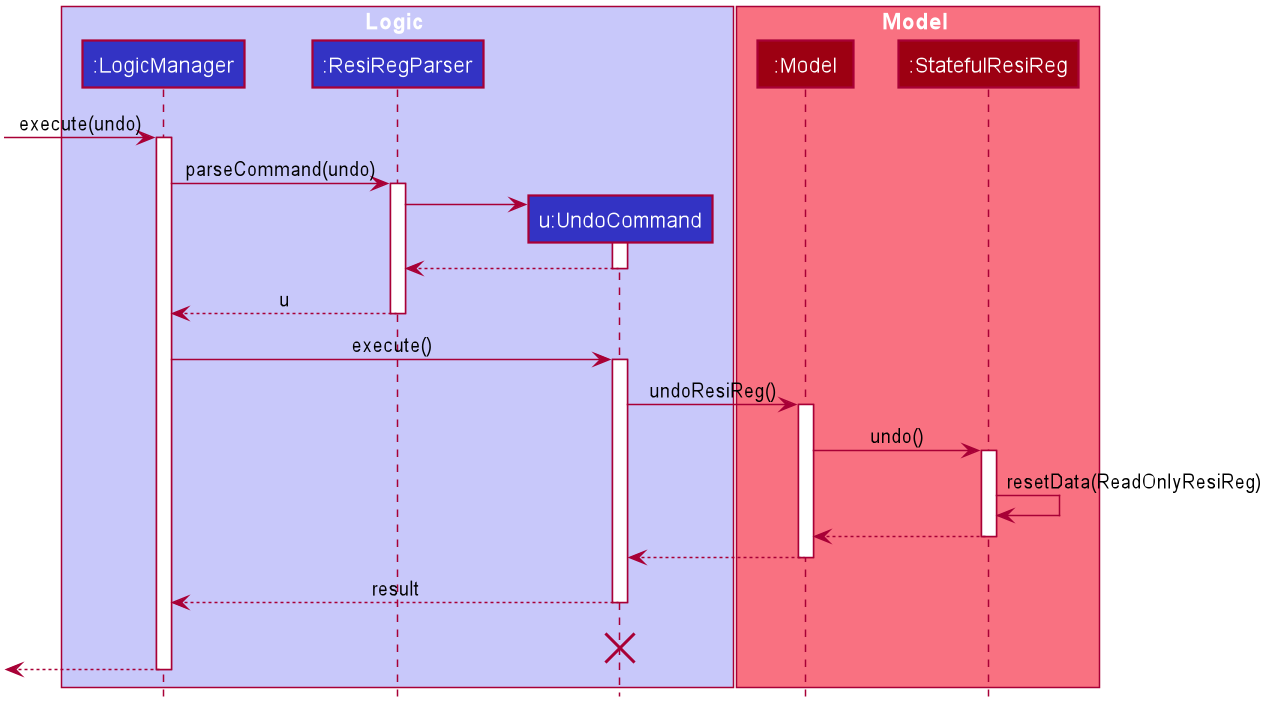
The PlantUML diagram docs/images/UndoSequenceDiagram.png in nus-cs2103-AY2021S1/tp, before a commit.
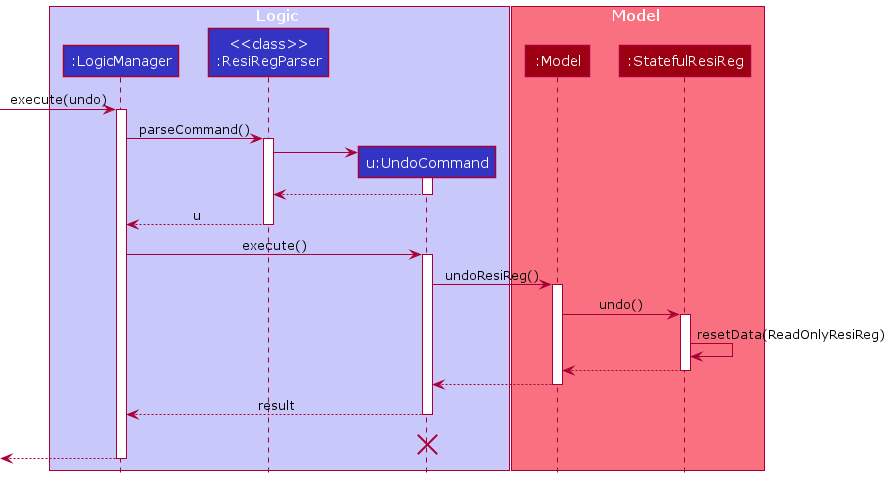
The same file after the commit.

Commit message:
Make ResiRegParser#parseCommand static in sequence diagrams

Diff of the diagram source:
```diff
@@ -1,67 +1,20 @@
 @startuml
+!include style.puml
 
-
-
-
-
-
-
-
-skinparam BackgroundColor #FFFFFFF
-
-skinparam Shadowing false
-
-skinparam Class {
-    FontColor #FFFFFF
-    BorderThickness 1
-    BorderColor #FFFFFF
-    StereotypeFontColor #FFFFFF
-    FontName Arial
-}
-
-skinparam Actor {
-    BorderColor #000000
-    Color #000000
-    FontName Arial
-}
-
-skinparam Sequence {
-    MessageAlign center
-    BoxFontSize 15
-    BoxPadding 0
-    BoxFontColor #FFFFFF
-    FontName Arial
-}
-
-skinparam Participant {
-    FontColor #FFFFFFF
-    Padding 20
-}
-
-skinparam MinClassWidth 50
-skinparam ParticipantPadding 10
-skinparam Shadowing false
-skinparam DefaultTextAlignment center
-skinparam packageStyle Rectangle
-
-hide footbox
-hide members
-hide circle
-
-box Logic #C8C8FA
-participant ":LogicManager" as LogicManager #3333C4
-participant ":ResiRegParser" as ResiRegParser #3333C4
-participant "u:UndoCommand" as UndoCommand #3333C4
+box Logic LOGIC_COLOR_T1
+participant ":LogicManager" as LogicManager LOGIC_COLOR
+participant "<<class>>\n:ResiRegParser" as ResiRegParser LOGIC_COLOR
+participant "u:UndoCommand" as UndoCommand LOGIC_COLOR
 end box
 
-box Model #F97181
-participant ":Model" as Model #9D0012
-participant ":StatefulResiReg" as StatefulResiReg #9D0012
+box Model MODEL_COLOR_T1
+participant ":Model" as Model MODEL_COLOR
+participant ":StatefulResiReg" as StatefulResiReg MODEL_COLOR
 end box
 [-> LogicManager : execute(undo)
 activate LogicManager
 
-LogicManager -> ResiRegParser : parseCommand(undo)
+LogicManager -> ResiRegParser : parseCommand()
 activate ResiRegParser
 
 create UndoCommand
```
